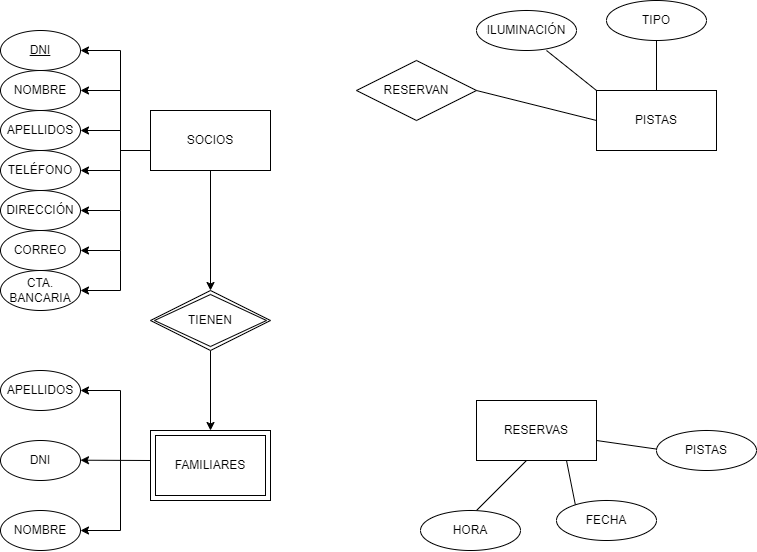
Above: Tarea_2.png in adrilave/Practica-1-AED (draw.io), before the change. Source tidied: cells renumbered, new cells last; positions are measured from the earlier drawing's top-left corner, leaving out a move shared by most shapes.
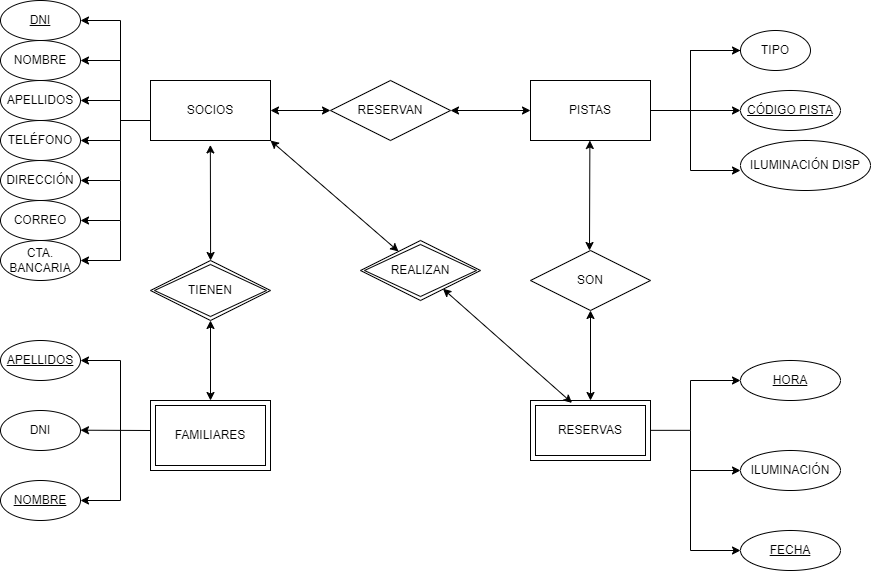
After the commit.

What changed in the source:
```diff
@@ -6,11 +6,8 @@
       <mxGeometry x="150" y="110" width="120" height="60" as="geometry" />
     </mxCell>
     <mxCell id="3" value="PISTAS" style="rounded=0;whiteSpace=wrap;html=1;" parent="1" vertex="1">
-      <mxGeometry x="596" y="90" width="120" height="60" as="geometry" />
+      <mxGeometry x="530" y="110" width="120" height="60" as="geometry" />
     </mxCell>
-    <mxCell id="4" value="RESERVAS" style="rounded=0;whiteSpace=wrap;html=1;" parent="1" vertex="1">
-      <mxGeometry x="476" y="400" width="120" height="60" as="geometry" />
-    </mxCell>
     <mxCell id="5" value="CORREO" style="ellipse;whiteSpace=wrap;html=1;align=center;" parent="1" vertex="1">
       <mxGeometry y="230" width="80" height="40" as="geometry" />
     </mxCell>
@@ -35,68 +32,18 @@
     <mxCell id="12" style="edgeStyle=orthogonalEdgeStyle;rounded=0;orthogonalLoop=1;jettySize=auto;html=1;exitX=0.5;exitY=1;exitDx=0;exitDy=0;" parent="1" edge="1" source="5" target="5">
       <mxGeometry relative="1" as="geometry" />
     </mxCell>
-    <mxCell id="13" style="endArrow=none;html=1;rounded=0;" parent="1" edge="1">
-      <mxGeometry relative="1" as="geometry">
-        <mxPoint x="656" y="90" as="sourcePoint" />
-        <mxPoint x="656" y="40" as="targetPoint" />
-      </mxGeometry>
-    </mxCell>
     <mxCell id="14" value="TIPO" style="ellipse;whiteSpace=wrap;html=1;align=center;" parent="1" vertex="1">
-      <mxGeometry x="606" width="100" height="40" as="geometry" />
+      <mxGeometry x="740" y="60" width="70" height="40" as="geometry" />
     </mxCell>
-    <mxCell id="15" style="endArrow=none;html=1;rounded=0;" parent="1" edge="1">
-      <mxGeometry relative="1" as="geometry">
-        <mxPoint x="546" y="50" as="sourcePoint" />
-        <mxPoint x="596" y="90" as="targetPoint" />
-      </mxGeometry>
-    </mxCell>
-    <mxCell id="16" value="ILUMINACIÓN" style="ellipse;whiteSpace=wrap;html=1;align=center;" parent="1" vertex="1">
-      <mxGeometry x="476" y="10" width="100" height="40" as="geometry" />
+    <mxCell id="16" value="ILUMINACIÓN DISP" style="ellipse;whiteSpace=wrap;html=1;align=center;" parent="1" vertex="1">
+      <mxGeometry x="740" y="170" width="130" height="50" as="geometry" />
     </mxCell>
     <mxCell id="17" value="DNI" style="ellipse;whiteSpace=wrap;html=1;align=center;" parent="1" vertex="1">
       <mxGeometry y="440" width="80" height="40" as="geometry" />
     </mxCell>
-    <mxCell id="18" value="NOMBRE" style="ellipse;whiteSpace=wrap;html=1;align=center;" parent="1" vertex="1">
-      <mxGeometry y="510" width="80" height="40" as="geometry" />
-    </mxCell>
-    <mxCell id="19" value="APELLIDOS" style="ellipse;whiteSpace=wrap;html=1;align=center;" parent="1" vertex="1">
-      <mxGeometry y="370" width="80" height="40" as="geometry" />
-    </mxCell>
     <mxCell id="20" value="RESERVAN" style="shape=rhombus;perimeter=rhombusPerimeter;whiteSpace=wrap;html=1;align=center;" parent="1" vertex="1">
-      <mxGeometry x="356" y="60" width="120" height="60" as="geometry" />
+      <mxGeometry x="330" y="110" width="120" height="60" as="geometry" />
     </mxCell>
-    <mxCell id="21" style="endArrow=none;html=1;rounded=0;entryX=0;entryY=0.5;entryDx=0;entryDy=0;" parent="1" edge="1" target="3">
-      <mxGeometry relative="1" as="geometry">
-        <mxPoint x="476" y="90" as="sourcePoint" />
-      </mxGeometry>
-    </mxCell>
-    <mxCell id="22" style="endArrow=none;html=1;rounded=0;" parent="1" edge="1">
-      <mxGeometry relative="1" as="geometry">
-        <mxPoint x="576" y="510" as="sourcePoint" />
-        <mxPoint x="566" y="460" as="targetPoint" />
-      </mxGeometry>
-    </mxCell>
-    <mxCell id="23" value="FECHA" style="ellipse;whiteSpace=wrap;html=1;align=center;" parent="1" vertex="1">
-      <mxGeometry x="556" y="500" width="100" height="40" as="geometry" />
-    </mxCell>
-    <mxCell id="24" style="endArrow=none;html=1;rounded=0;" parent="1" edge="1">
-      <mxGeometry relative="1" as="geometry">
-        <mxPoint x="596" y="440" as="sourcePoint" />
-        <mxPoint x="666" y="450" as="targetPoint" />
-      </mxGeometry>
-    </mxCell>
-    <mxCell id="25" value="PISTAS" style="ellipse;whiteSpace=wrap;html=1;align=center;" parent="1" vertex="1">
-      <mxGeometry x="656" y="430" width="100" height="40" as="geometry" />
-    </mxCell>
-    <mxCell id="26" style="endArrow=none;html=1;rounded=0;" parent="1" edge="1">
-      <mxGeometry relative="1" as="geometry">
-        <mxPoint x="476" y="510" as="sourcePoint" />
-        <mxPoint x="526" y="460" as="targetPoint" />
-      </mxGeometry>
-    </mxCell>
-    <mxCell id="27" value="HORA" style="ellipse;whiteSpace=wrap;html=1;align=center;" parent="1" vertex="1">
-      <mxGeometry x="420" y="510" width="100" height="40" as="geometry" />
-    </mxCell>
     <mxCell id="28" style="endArrow=classic;html=1;rounded=0;exitX=0;exitY=0.5;exitDx=0;exitDy=0;" parent="1" edge="1">
       <mxGeometry relative="1" as="geometry">
         <mxPoint x="150" y="460" as="sourcePoint" />
@@ -184,13 +131,7 @@
         </Array>
       </mxGeometry>
     </mxCell>
-    <mxCell id="39" style="endArrow=classic;html=1;rounded=0;" parent="1" edge="1">
-      <mxGeometry relative="1" as="geometry">
-        <mxPoint x="210" y="170" as="sourcePoint" />
-        <mxPoint x="210" y="290" as="targetPoint" />
-      </mxGeometry>
-    </mxCell>
-    <mxCell id="40" style="endArrow=classic;html=1;rounded=0;entryX=0.5;entryY=0;entryDx=0;entryDy=0;" parent="1" edge="1">
+    <mxCell id="40" style="endArrow=classic;html=1;rounded=0;entryX=0.5;entryY=0;entryDx=0;entryDy=0;startArrow=classic;" parent="1" edge="1">
       <mxGeometry relative="1" as="geometry">
         <mxPoint x="210" y="350" as="sourcePoint" />
         <mxPoint x="210" y="430" as="targetPoint" />
@@ -202,5 +143,138 @@
     <mxCell id="42" value="FAMILIARES" style="shape=ext;margin=3;double=1;whiteSpace=wrap;html=1;align=center;" parent="1" vertex="1">
       <mxGeometry x="150" y="430" width="120" height="70" as="geometry" />
     </mxCell>
+    <mxCell id="43" style="endArrow=classic;startArrow=classic;html=1;rounded=0;exitX=0.502;exitY=-0.074;exitDx=0;exitDy=0;exitPerimeter=0;entryX=0.5;entryY=1;entryDx=0;entryDy=0;" parent="1" edge="1">
+      <mxGeometry relative="1" as="geometry">
+        <mxPoint x="210.1" y="290" as="sourcePoint" />
+        <mxPoint x="209.8" y="174.4" as="targetPoint" />
+      </mxGeometry>
+    </mxCell>
+    <mxCell id="44" style="endArrow=classic;startArrow=classic;html=1;rounded=0;entryX=0;entryY=0.5;entryDx=0;entryDy=0;exitX=1;exitY=0.5;exitDx=0;exitDy=0;" parent="1" edge="1" source="2" target="20">
+      <mxGeometry relative="1" as="geometry" />
+    </mxCell>
+    <mxCell id="45" style="endArrow=classic;startArrow=classic;html=1;rounded=0;entryX=0;entryY=0.5;entryDx=0;entryDy=0;exitX=1;exitY=0.5;exitDx=0;exitDy=0;" parent="1" edge="1" source="20" target="3">
+      <mxGeometry relative="1" as="geometry" />
+    </mxCell>
+    <mxCell id="46" style="endArrow=none;html=1;rounded=0;" parent="1" edge="1">
+      <mxGeometry relative="1" as="geometry">
+        <mxPoint x="650" y="140" as="sourcePoint" />
+        <mxPoint x="690" y="140" as="targetPoint" />
+      </mxGeometry>
+    </mxCell>
+    <mxCell id="47" style="endArrow=classic;html=1;rounded=0;" parent="1" edge="1">
+      <mxGeometry relative="1" as="geometry">
+        <mxPoint x="690" y="140" as="sourcePoint" />
+        <mxPoint x="740" y="80" as="targetPoint" />
+        <Array as="points">
+          <mxPoint x="690" y="80" />
+        </Array>
+      </mxGeometry>
+    </mxCell>
+    <mxCell id="48" style="endArrow=none;html=1;rounded=0;" parent="1" edge="1">
+      <mxGeometry relative="1" as="geometry">
+        <mxPoint x="690" y="140" as="sourcePoint" />
+        <mxPoint x="740" y="80" as="targetPoint" />
+        <Array as="points">
+          <mxPoint x="690" y="80" />
+        </Array>
+      </mxGeometry>
+    </mxCell>
+    <mxCell id="49" style="endArrow=classic;html=1;rounded=0;" parent="1" edge="1">
+      <mxGeometry relative="1" as="geometry">
+        <mxPoint x="690" y="140" as="sourcePoint" />
+        <mxPoint x="740" y="200" as="targetPoint" />
+        <Array as="points">
+          <mxPoint x="690" y="140" />
+          <mxPoint x="690" y="200" />
+        </Array>
+      </mxGeometry>
+    </mxCell>
+    <mxCell id="50" style="endArrow=none;html=1;rounded=0;" parent="1" edge="1" target="4">
+      <mxGeometry relative="1" as="geometry">
+        <mxPoint x="596" y="440" as="sourcePoint" />
+      </mxGeometry>
+    </mxCell>
+    <mxCell id="4" value="RESERVAS" style="rounded=0;whiteSpace=wrap;html=1;shape=ext;margin=3;double=1;" parent="1" vertex="1">
+      <mxGeometry x="530" y="430" width="120" height="60" as="geometry" />
+    </mxCell>
+    <mxCell id="51" style="endArrow=none;html=1;rounded=0;" parent="1" edge="1">
+      <mxGeometry relative="1" as="geometry">
+        <mxPoint x="650" y="459.8" as="sourcePoint" />
+        <mxPoint x="690" y="459.8" as="targetPoint" />
+      </mxGeometry>
+    </mxCell>
+    <mxCell id="52" style="endArrow=classic;html=1;rounded=0;" parent="1" edge="1">
+      <mxGeometry relative="1" as="geometry">
+        <mxPoint x="690" y="460" as="sourcePoint" />
+        <mxPoint x="740" y="410" as="targetPoint" />
+        <Array as="points">
+          <mxPoint x="690" y="410" />
+        </Array>
+      </mxGeometry>
+    </mxCell>
+    <mxCell id="53" style="endArrow=classic;html=1;rounded=0;" parent="1" edge="1">
+      <mxGeometry relative="1" as="geometry">
+        <mxPoint x="690" y="460" as="sourcePoint" />
+        <mxPoint x="740" y="500" as="targetPoint" />
+        <Array as="points">
+          <mxPoint x="690" y="500" />
+        </Array>
+      </mxGeometry>
+    </mxCell>
+    <mxCell id="54" value="ILUMINACIÓN" style="ellipse;whiteSpace=wrap;html=1;align=center;" parent="1" vertex="1">
+      <mxGeometry x="740" y="480" width="100" height="40" as="geometry" />
+    </mxCell>
+    <mxCell id="55" style="endArrow=classic;html=1;rounded=0;" parent="1" edge="1">
+      <mxGeometry relative="1" as="geometry">
+        <mxPoint x="690" y="500" as="sourcePoint" />
+        <mxPoint x="740" y="580" as="targetPoint" />
+        <Array as="points">
+          <mxPoint x="690" y="580" />
+        </Array>
+      </mxGeometry>
+    </mxCell>
+    <mxCell id="56" value="REALIZAN" style="shape=rhombus;double=1;perimeter=rhombusPerimeter;whiteSpace=wrap;html=1;align=center;" parent="1" vertex="1">
+      <mxGeometry x="360" y="270" width="120" height="60" as="geometry" />
+    </mxCell>
+    <mxCell id="57" style="endArrow=classic;startArrow=classic;html=1;rounded=0;exitX=1;exitY=1;exitDx=0;exitDy=0;" parent="1" edge="1" source="2" target="56">
+      <mxGeometry relative="1" as="geometry" />
+    </mxCell>
+    <mxCell id="58" style="endArrow=classic;startArrow=classic;html=1;rounded=0;exitX=0.687;exitY=0.804;exitDx=0;exitDy=0;exitPerimeter=0;entryX=0.346;entryY=0.04;entryDx=0;entryDy=0;entryPerimeter=0;" parent="1" edge="1" source="56" target="4">
+      <mxGeometry relative="1" as="geometry" />
+    </mxCell>
+    <mxCell id="59" value="CÓDIGO PISTA" style="ellipse;whiteSpace=wrap;html=1;align=center;fontStyle=4;" parent="1" vertex="1">
+      <mxGeometry x="740" y="120" width="100" height="40" as="geometry" />
+    </mxCell>
+    <mxCell id="60" style="endArrow=classic;html=1;rounded=0;entryX=0;entryY=0.5;entryDx=0;entryDy=0;" parent="1" edge="1" target="59">
+      <mxGeometry relative="1" as="geometry">
+        <mxPoint x="690" y="140" as="sourcePoint" />
+      </mxGeometry>
+    </mxCell>
+    <mxCell id="61" style="endArrow=classic;startArrow=classic;html=1;rounded=0;" parent="1" edge="1">
+      <mxGeometry relative="1" as="geometry">
+        <mxPoint x="589" y="280" as="sourcePoint" />
+        <mxPoint x="589.4" y="170" as="targetPoint" />
+      </mxGeometry>
+    </mxCell>
+    <mxCell id="62" value="SON" style="shape=rhombus;perimeter=rhombusPerimeter;whiteSpace=wrap;html=1;align=center;" parent="1" vertex="1">
+      <mxGeometry x="530" y="280" width="120" height="60" as="geometry" />
+    </mxCell>
+    <mxCell id="63" style="endArrow=classic;startArrow=classic;html=1;rounded=0;entryX=0.5;entryY=1;entryDx=0;entryDy=0;" parent="1" edge="1" target="62">
+      <mxGeometry relative="1" as="geometry">
+        <mxPoint x="590" y="430" as="sourcePoint" />
+      </mxGeometry>
+    </mxCell>
+    <mxCell id="18" value="NOMBRE" style="ellipse;whiteSpace=wrap;html=1;align=center;fontStyle=4;" parent="1" vertex="1">
+      <mxGeometry y="510" width="80" height="40" as="geometry" />
+    </mxCell>
+    <mxCell id="19" value="APELLIDOS" style="ellipse;whiteSpace=wrap;html=1;align=center;fontStyle=4;" parent="1" vertex="1">
+      <mxGeometry y="370" width="80" height="40" as="geometry" />
+    </mxCell>
+    <mxCell id="23" value="FECHA" style="ellipse;whiteSpace=wrap;html=1;align=center;fontStyle=4;" parent="1" vertex="1">
+      <mxGeometry x="740" y="560" width="100" height="40" as="geometry" />
+    </mxCell>
+    <mxCell id="27" value="HORA" style="ellipse;whiteSpace=wrap;html=1;align=center;fontStyle=4;" parent="1" vertex="1">
+      <mxGeometry x="740" y="390" width="100" height="40" as="geometry" />
+    </mxCell>
   </root>
 </mxGraphModel>
```
